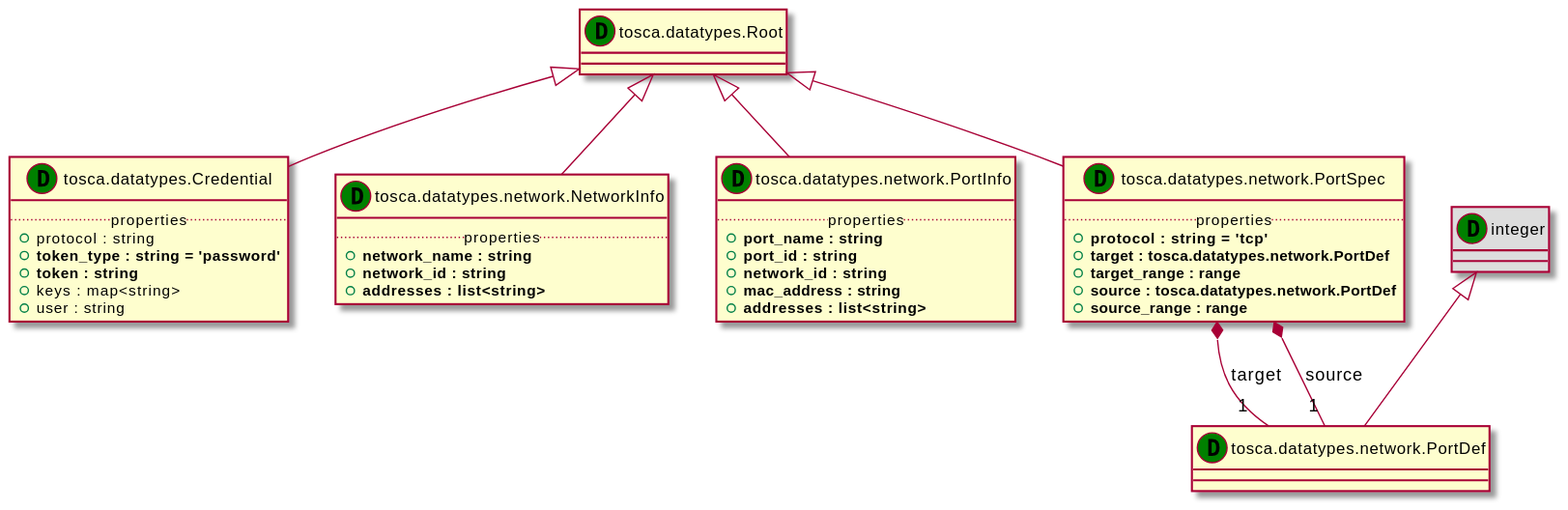
This is examples/tosca-community-contributions/diagrams/uml2/profiles-org.oasis-open-simple-1.0-data-uml2-class-diagram.svg from Orange-OpenSource/Cloudnet-TOSCA-toolbox, a PlantUML export, as it was before one commit.
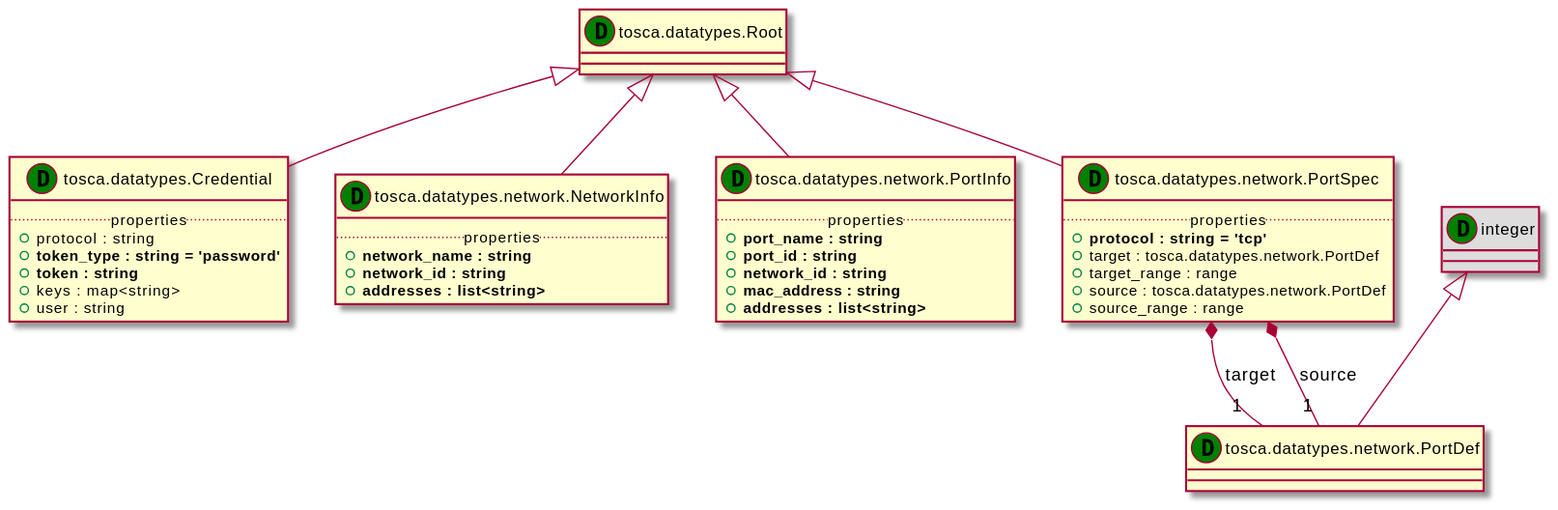
The same file after the commit.

What changed in the source:
```diff
@@ -30,10 +30,10 @@
 class "tosca.datatypes.network.PortSpec" as tosca_datatypes_network_PortSpec_DT << (D,green) >> {
 .. properties ..
 +<b>protocol : string = 'tcp'
-+<b>target : tosca.datatypes.network.PortDef
-+<b>target_range : range
-+<b>source : tosca.datatypes.network.PortDef
-+<b>source_range : range
++target : tosca.datatypes.network.PortDef
++target_range : range
++source : tosca.datatypes.network.PortDef
++source_range : range
 }
 tosca_datatypes_Root_DT <|-- tosca_datatypes_Credential_DT
 tosca_datatypes_Root_DT <|-- tosca_datatypes_network_NetworkInfo_DT
```
